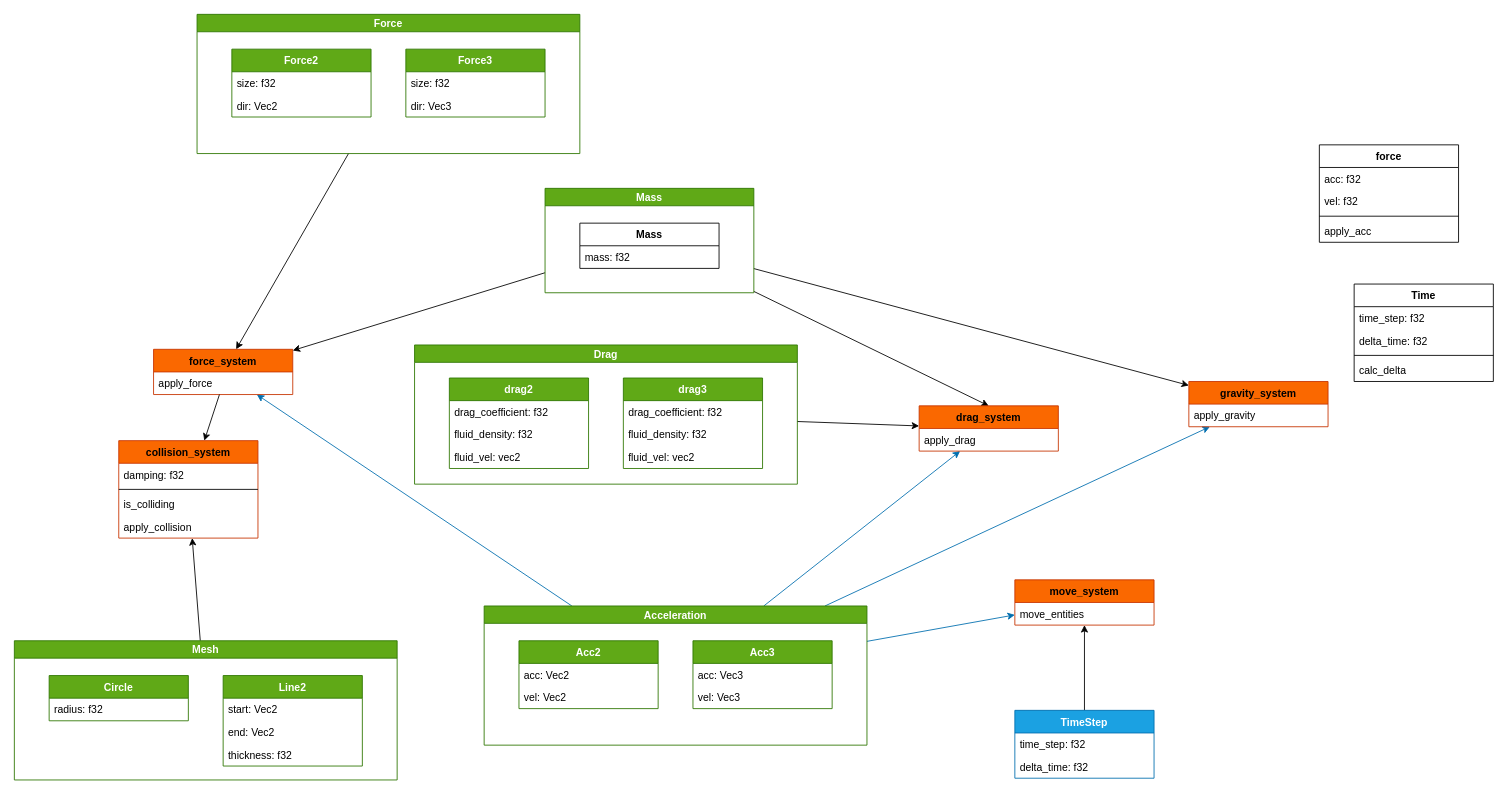
philipandwaffle/physics_engine keeps this draw.io diagram as uml.drawio. Above is the earlier version. Source tidied: cells renumbered, new cells numbered last; positions are measured from the earlier drawing's top-left corner, leaving out a move shared by most shapes. Both pictures are drawn from the tidied source at 87%, with x=0, y=0 at pixel (14, 14).
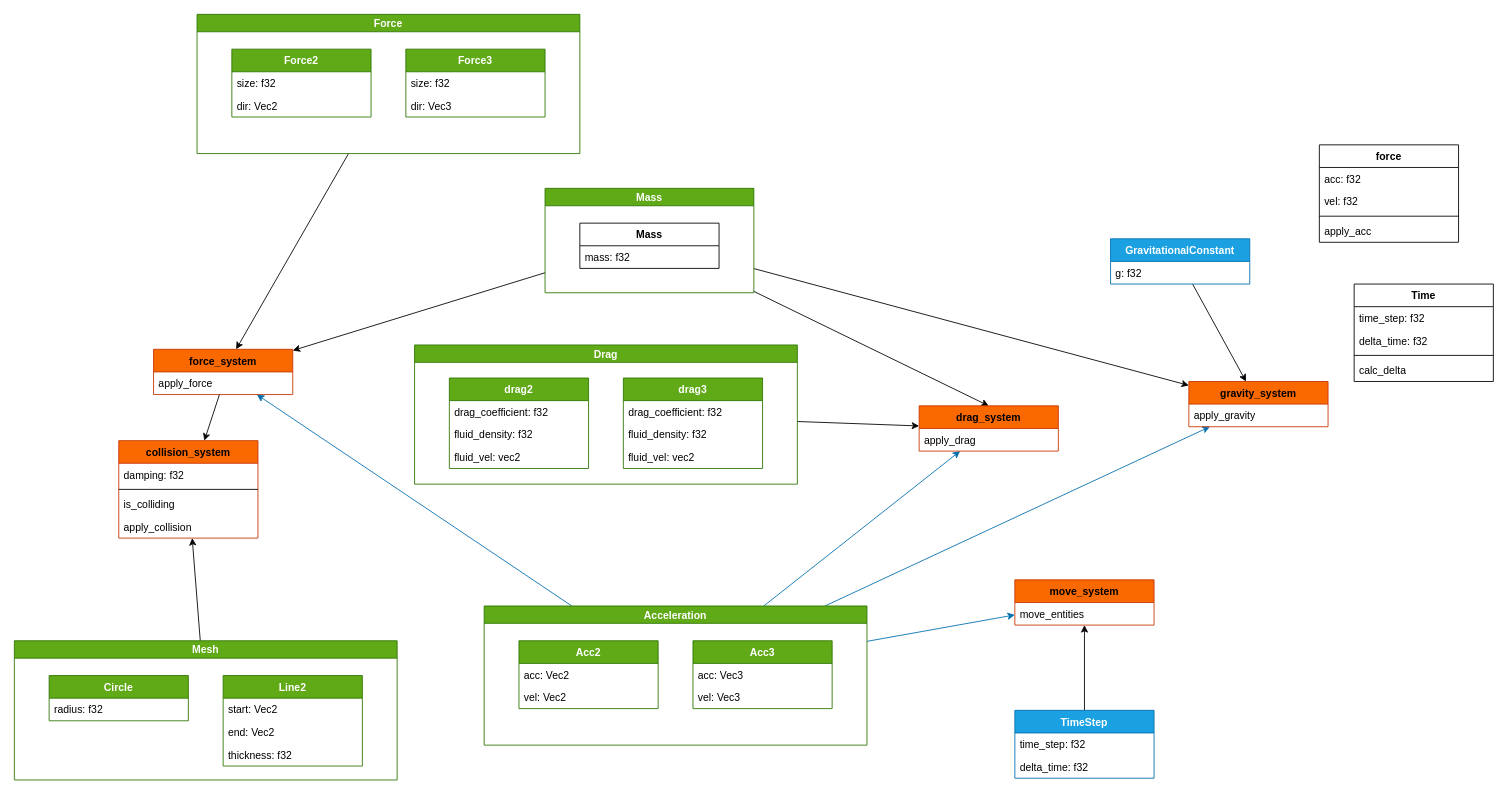
The same page after the edit.

The change refers to these unchanged cells:
```xml
<mxCell id="49" value="gravity_system" style="swimlane;fontStyle=1;align=center;verticalAlign=top;horizontal=1;startSize=26;fillColor=#fa6800;fontColor=#000000;strokeColor=#C73500;" parent="1" vertex="1">
  <mxGeometry x="1350" y="422" width="160" height="52" as="geometry" />
</mxCell>
```

Change to the diagram source:
```diff
@@
+    <mxCell id="73" style="edgeStyle=none;html=1;" parent="1" edge="1" source="74" target="49">
+      <mxGeometry relative="1" as="geometry" />
+    </mxCell>
+    <mxCell id="74" value="GravitationalConstant" style="swimlane;fontStyle=1;align=center;verticalAlign=top;horizontal=1;startSize=26;fillColor=#1ba1e2;fontColor=#ffffff;strokeColor=#006EAF;" parent="1" vertex="1">
+      <mxGeometry x="1260" y="258" width="160" height="52" as="geometry" />
+    </mxCell>
+    <mxCell id="75" value="g: f32" style="text;strokeColor=none;fillColor=none;align=left;verticalAlign=top;spacingLeft=4;spacingRight=4;overflow=hidden;" parent="74" vertex="1">
+      <mxGeometry y="26" width="160" height="26" as="geometry" />
+    </mxCell>
```
